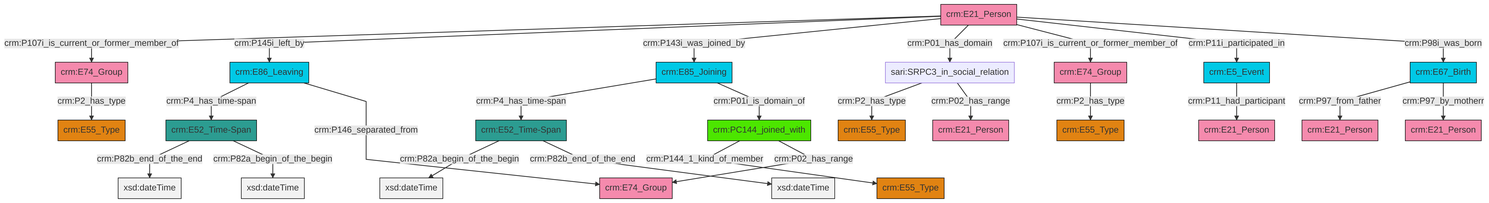
Earlier version of the Mermaid export et/personCSV/ttl/mmd/png/Person_Actor_Relations.png (swiss-art-research-net/docs.swissartresearch). Its source is kept beside it as et/personCSV/ttl/mmd/Person_Actor_Relations.ttl.mmd.
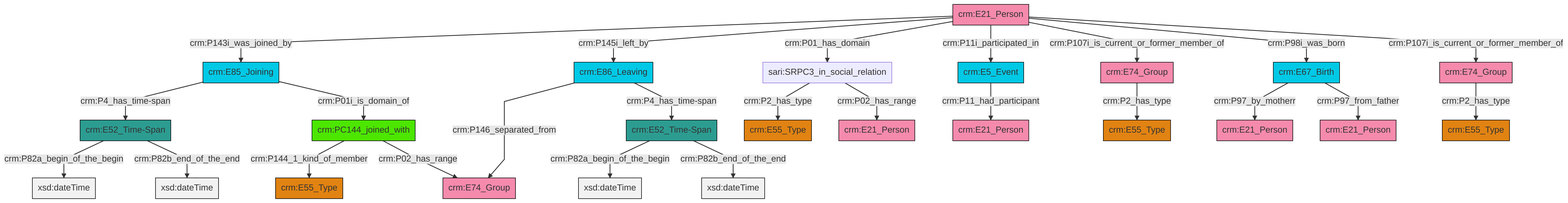
Above is the later version.

The edit, as a diff of the source:
```diff
@@ -13,27 +13,27 @@
 classDef PC_Classes fill:#4ce600, stroke:#000000;
 classDef Multi fill:#cccccc,stroke:#000000;
 
-2["crm:E86_Leaving"]:::Temporal_Entity -->|crm:P4_has_time-span| 3["crm:E52_Time-Span"]:::Time-Span
-2["crm:E86_Leaving"]:::Temporal_Entity -->|crm:P146_separated_from| 4["crm:E74_Group"]:::Actor
-11["crm:E67_Birth"]:::Temporal_Entity -->|crm:P97_from_father| 12["crm:E21_Person"]:::Actor
-15["crm:E21_Person"]:::Actor -->|crm:P107i_is_current_or_former_member_of| 16["crm:E74_Group"]:::Actor
-15["crm:E21_Person"]:::Actor -->|crm:P145i_left_by| 2["crm:E86_Leaving"]:::Temporal_Entity
-17["crm:E85_Joining"]:::Temporal_Entity -->|crm:P4_has_time-span| 0["crm:E52_Time-Span"]:::Time-Span
-15["crm:E21_Person"]:::Actor -->|crm:P143i_was_joined_by| 17["crm:E85_Joining"]:::Temporal_Entity
-25["crm:PC144_joined_with"]:::PC_Classes -->|crm:P144_1_kind_of_member| 26["crm:E55_Type"]:::Type
-25["crm:PC144_joined_with"]:::PC_Classes -->|crm:P02_has_range| 4["crm:E74_Group"]:::Actor
-3["crm:E52_Time-Span"]:::Time-Span -->|crm:P82b_end_of_the_end| 29[xsd:dateTime]:::Literal
-16["crm:E74_Group"]:::Actor -->|crm:P2_has_type| 18["crm:E55_Type"]:::Type
-15["crm:E21_Person"]:::Actor -->|crm:P01_has_domain| 32["sari:SRPC3_in_social_relation"]:::Default
-15["crm:E21_Person"]:::Actor -->|crm:P107i_is_current_or_former_member_of| 23["crm:E74_Group"]:::Actor
-9["crm:E5_Event"]:::Temporal_Entity -->|crm:P11_had_participant| 5["crm:E21_Person"]:::Actor
-3["crm:E52_Time-Span"]:::Time-Span -->|crm:P82a_begin_of_the_begin| 38[xsd:dateTime]:::Literal
-32["sari:SRPC3_in_social_relation"]:::Default -->|crm:P2_has_type| 41["crm:E55_Type"]:::Type
-32["sari:SRPC3_in_social_relation"]:::Default -->|crm:P02_has_range| 13["crm:E21_Person"]:::Actor
-0["crm:E52_Time-Span"]:::Time-Span -->|crm:P82a_begin_of_the_begin| 44[xsd:dateTime]:::Literal
-23["crm:E74_Group"]:::Actor -->|crm:P2_has_type| 20["crm:E55_Type"]:::Type
-11["crm:E67_Birth"]:::Temporal_Entity -->|crm:P97_by_motherr| 7["crm:E21_Person"]:::Actor
-0["crm:E52_Time-Span"]:::Time-Span -->|crm:P82b_end_of_the_end| 45[xsd:dateTime]:::Literal
-15["crm:E21_Person"]:::Actor -->|crm:P11i_participated_in| 9["crm:E5_Event"]:::Temporal_Entity
-15["crm:E21_Person"]:::Actor -->|crm:P98i_was_born| 11["crm:E67_Birth"]:::Temporal_Entity
-17["crm:E85_Joining"]:::Temporal_Entity -->|crm:P01i_is_domain_of| 25["crm:PC144_joined_with"]:::PC_Classes
+2["crm:E21_Person"]:::Actor -->|crm:P143i_was_joined_by| 3["crm:E85_Joining"]:::Temporal_Entity
+12["crm:PC144_joined_with"]:::PC_Classes -->|crm:P144_1_kind_of_member| 13["crm:E55_Type"]:::Type
+3["crm:E85_Joining"]:::Temporal_Entity -->|crm:P4_has_time-span| 15["crm:E52_Time-Span"]:::Time-Span
+2["crm:E21_Person"]:::Actor -->|crm:P145i_left_by| 0["crm:E86_Leaving"]:::Temporal_Entity
+10["sari:SRPC3_in_social_relation"]:::Default -->|crm:P2_has_type| 18["crm:E55_Type"]:::Type
+0["crm:E86_Leaving"]:::Temporal_Entity -->|crm:P146_separated_from| 20["crm:E74_Group"]:::Actor
+2["crm:E21_Person"]:::Actor -->|crm:P01_has_domain| 10["sari:SRPC3_in_social_relation"]:::Default
+23["crm:E67_Birth"]:::Temporal_Entity -->|crm:P97_by_motherr| 24["crm:E21_Person"]:::Actor
+12["crm:PC144_joined_with"]:::PC_Classes -->|crm:P02_has_range| 20["crm:E74_Group"]:::Actor
+21["crm:E74_Group"]:::Actor -->|crm:P2_has_type| 4["crm:E55_Type"]:::Type
+2["crm:E21_Person"]:::Actor -->|crm:P11i_participated_in| 25["crm:E5_Event"]:::Temporal_Entity
+28["crm:E52_Time-Span"]:::Time-Span -->|crm:P82a_begin_of_the_begin| 29[xsd:dateTime]:::Literal
+23["crm:E67_Birth"]:::Temporal_Entity -->|crm:P97_from_father| 6["crm:E21_Person"]:::Actor
+34["crm:E74_Group"]:::Actor -->|crm:P2_has_type| 31["crm:E55_Type"]:::Type
+28["crm:E52_Time-Span"]:::Time-Span -->|crm:P82b_end_of_the_end| 35[xsd:dateTime]:::Literal
+25["crm:E5_Event"]:::Temporal_Entity -->|crm:P11_had_participant| 8["crm:E21_Person"]:::Actor
+2["crm:E21_Person"]:::Actor -->|crm:P107i_is_current_or_former_member_of| 34["crm:E74_Group"]:::Actor
+0["crm:E86_Leaving"]:::Temporal_Entity -->|crm:P4_has_time-span| 28["crm:E52_Time-Span"]:::Time-Span
+15["crm:E52_Time-Span"]:::Time-Span -->|crm:P82a_begin_of_the_begin| 38[xsd:dateTime]:::Literal
+10["sari:SRPC3_in_social_relation"]:::Default -->|crm:P02_has_range| 16["crm:E21_Person"]:::Actor
+2["crm:E21_Person"]:::Actor -->|crm:P98i_was_born| 23["crm:E67_Birth"]:::Temporal_Entity
+15["crm:E52_Time-Span"]:::Time-Span -->|crm:P82b_end_of_the_end| 41[xsd:dateTime]:::Literal
+3["crm:E85_Joining"]:::Temporal_Entity -->|crm:P01i_is_domain_of| 12["crm:PC144_joined_with"]:::PC_Classes
+2["crm:E21_Person"]:::Actor -->|crm:P107i_is_current_or_former_member_of| 21["crm:E74_Group"]:::Actor
```
